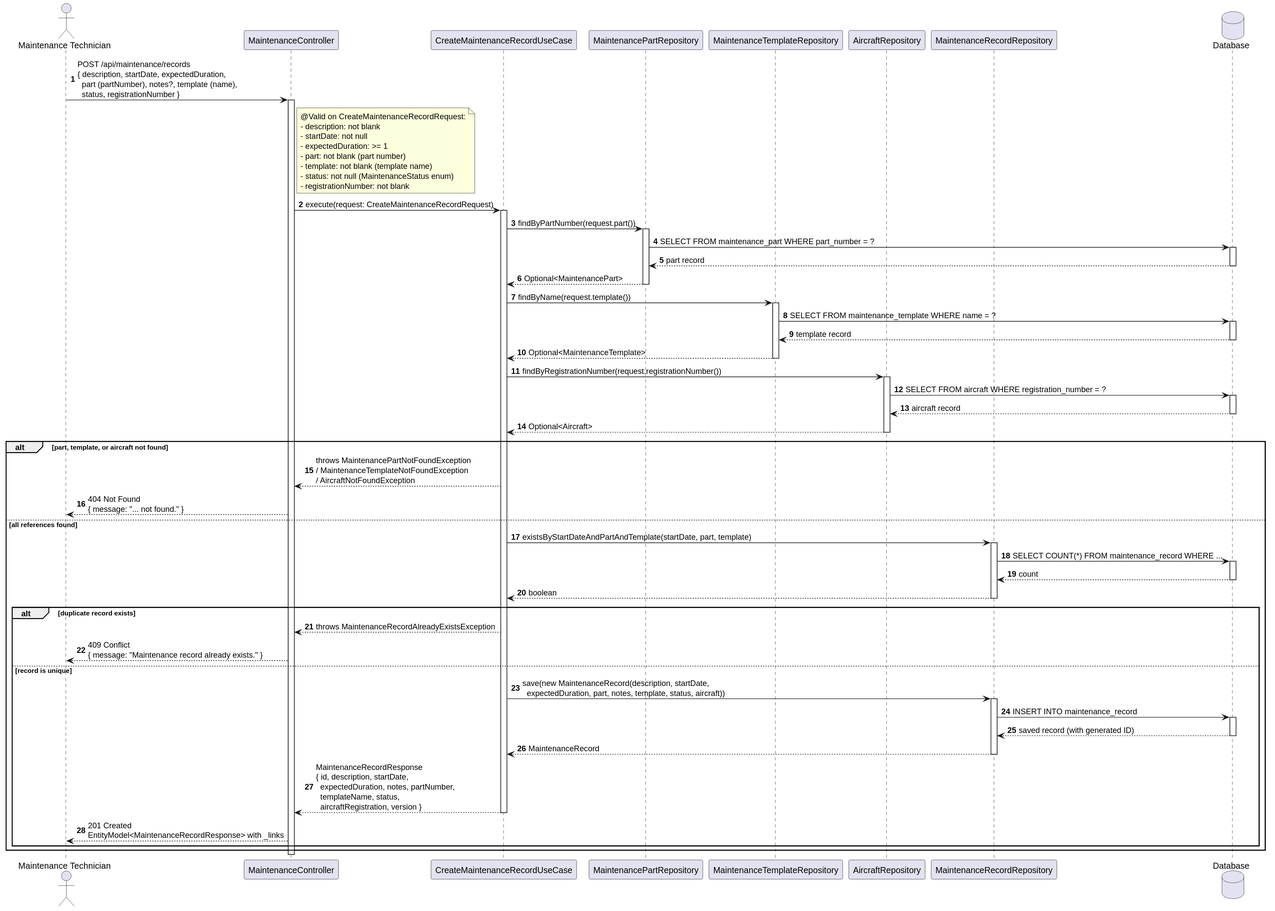
Earlier version of the PlantUML export docs/system-documentation/use-cases/WP4A/US115a/svg/sd_us115a.svg (VascoMagolo/psoft_1231562_1241692_1242036_2db).
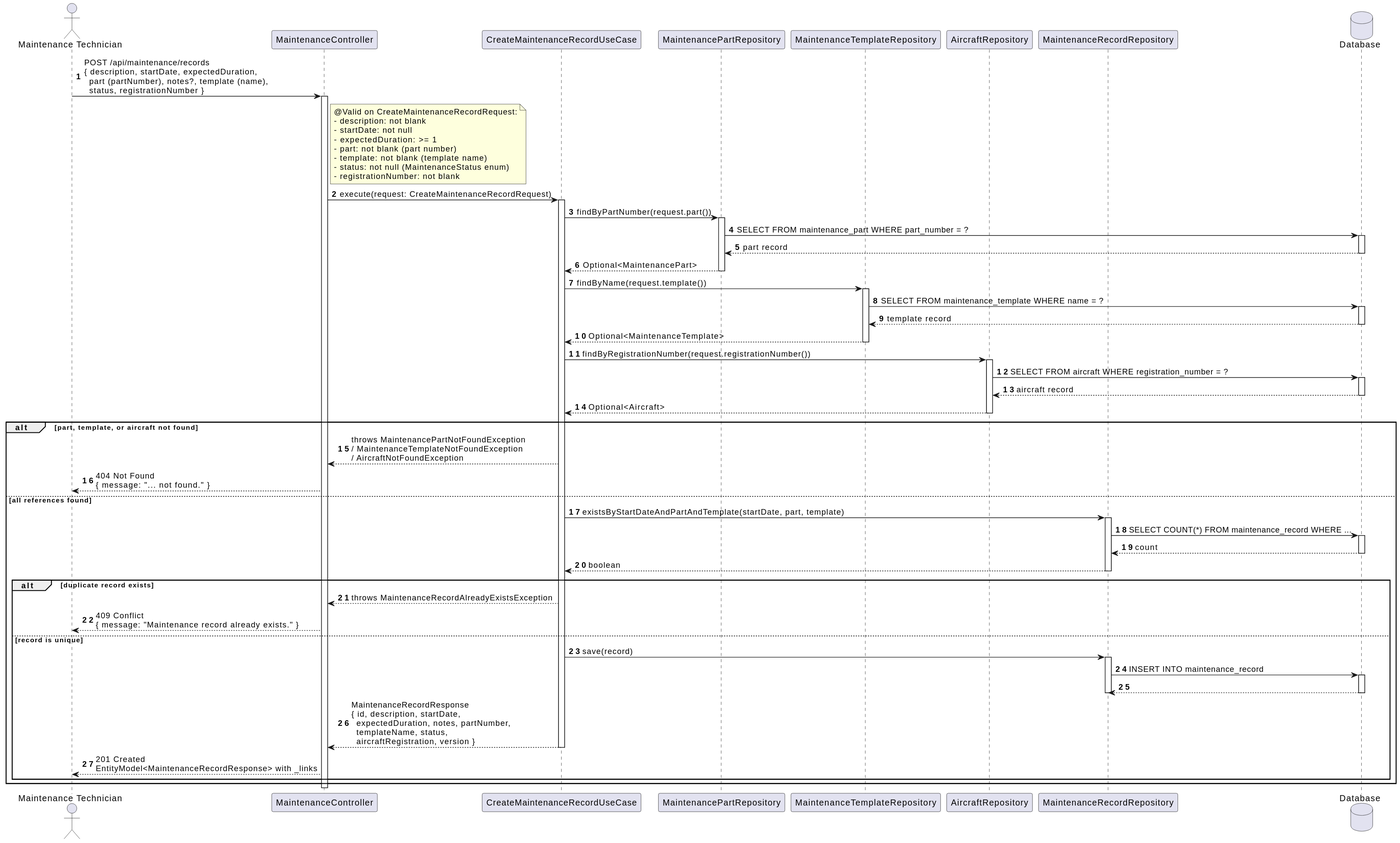
After the commit.

Diff of the diagram source:
```diff
@@ -70,13 +70,12 @@
     UC --> Ctrl : throws MaintenanceRecordAlreadyExistsException
     Ctrl --> MT : 409 Conflict\n{ message: "Maintenance record already exists." }
   else record is unique
-    UC -> Repo : save(new MaintenanceRecord(description, startDate,\n  expectedDuration, part, notes, template, status, aircraft))
+    UC -> Repo : save(record)
     activate Repo
     Repo -> DB : INSERT INTO maintenance_record
     activate DB
-    DB --> Repo : saved record (with generated ID)
+    DB --> Repo
     deactivate DB
-    Repo --> UC : MaintenanceRecord
     deactivate Repo
 
     UC --> Ctrl : MaintenanceRecordResponse\n{ id, description, startDate,\n  expectedDuration, notes, partNumber,\n  templateName, status,\n  aircraftRegistration, version }
```
